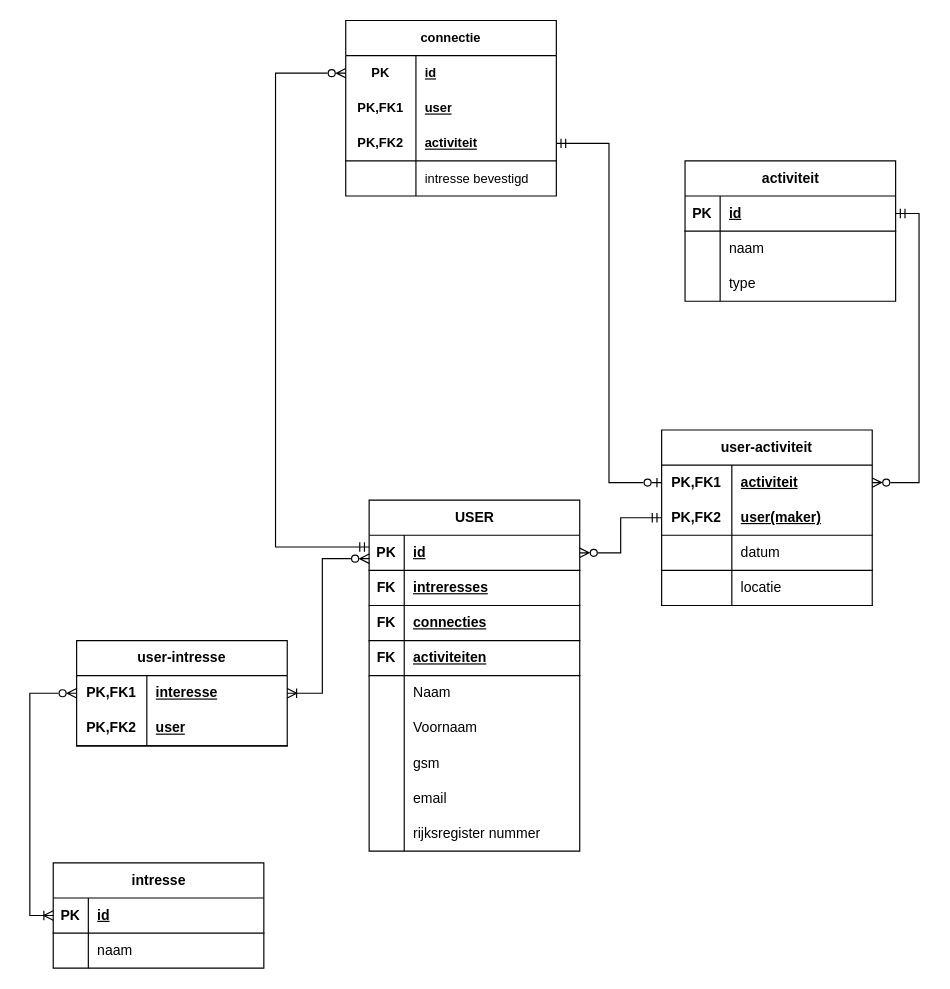
UCLL-Full-stack/project2425-group6-15 keeps this draw.io diagram as analysis/modelLogisch.drawio. Above is the earlier version. Source tidied: cells renumbered, new cells numbered last; positions are measured from the earlier drawing's top-left corner, leaving out a move shared by most shapes. Both pictures are drawn from the tidied source at 117%, with x=0, y=0 at pixel (29, 20).
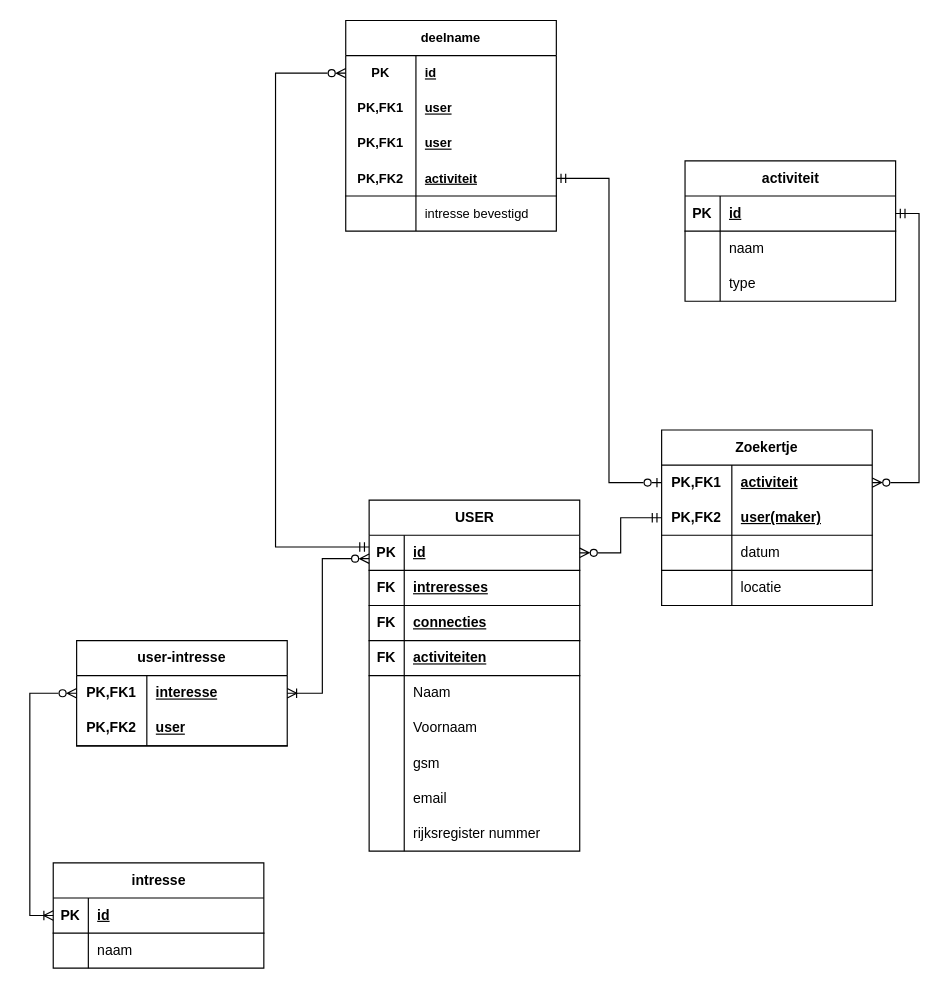
Above is the later version.

Commit message:
deelname en zoekertje aangeppast

Change to the diagram source:
```diff
@@
-    <mxCell id="56" value="user-activiteit" style="shape=table;startSize=30;childLayout=tableLayout;rowLines=0;fontStyle=1;align=center;html=1;whiteSpace=wrap;" parent="1" vertex="1">
+    <mxCell id="56" value="Zoekertje" style="shape=table;startSize=30;childLayout=tableLayout;rowLines=0;fontStyle=1;align=center;html=1;whiteSpace=wrap;" parent="1" vertex="1">
       <mxGeometry x="540" y="350" width="180" height="150" as="geometry" />
     </mxCell>
@@
-    <mxCell id="71" value="connectie" style="shape=table;startSize=30;childLayout=tableLayout;rowLines=0;fontStyle=1;align=center;html=1;whiteSpace=wrap;fontFamily=Helvetica;fontSize=11;fontColor=default;labelBackgroundColor=default;" parent="1" vertex="1">
-      <mxGeometry x="270" width="180" height="150" as="geometry" />
+    <mxCell id="71" value="deelname" style="shape=table;startSize=30;childLayout=tableLayout;rowLines=0;fontStyle=1;align=center;html=1;whiteSpace=wrap;fontFamily=Helvetica;fontSize=11;fontColor=default;labelBackgroundColor=default;" parent="1" vertex="1">
+      <mxGeometry x="270" width="180" height="180" as="geometry" />
     </mxCell>
@@
+    <mxCell id="86" style="shape=tableRow;horizontal=0;startSize=0;swimlaneHead=0;swimlaneBody=0;fillColor=none;top=0;left=0;right=0;bottom=0;html=1;fontFamily=Helvetica;fontSize=11;fontColor=default;labelBackgroundColor=default;" parent="71" vertex="1">
+      <mxGeometry y="90" width="180" height="30" as="geometry" />
+    </mxCell>
+    <mxCell id="87" value="PK,FK1" style="shape=partialRectangle;fillColor=none;top=0;left=0;bottom=0;right=0;fontStyle=1;overflow=hidden;html=1;whiteSpace=wrap;fontFamily=Helvetica;fontSize=11;fontColor=default;labelBackgroundColor=default;" parent="86" vertex="1">
+      <mxGeometry width="60" height="30" as="geometry" />
+    </mxCell>
+    <mxCell id="88" value="user" style="shape=partialRectangle;fillColor=none;top=0;left=0;bottom=0;right=0;align=left;spacingLeft=6;fontStyle=5;overflow=hidden;html=1;whiteSpace=wrap;fontFamily=Helvetica;fontSize=11;fontColor=default;labelBackgroundColor=default;" parent="86" vertex="1">
+      <mxGeometry x="60" width="120" height="30" as="geometry" />
+    </mxCell>
     <mxCell id="78" style="shape=tableRow;horizontal=0;startSize=0;swimlaneHead=0;swimlaneBody=0;fillColor=none;points=[[0,0.5],[1,0.5]];portConstraint=eastwest;top=0;left=0;right=0;bottom=1;html=1;fontFamily=Helvetica;fontSize=11;fontColor=default;labelBackgroundColor=default;" parent="71" vertex="1">
-      <mxGeometry y="90" width="180" height="30" as="geometry" />
+      <mxGeometry y="120" width="180" height="30" as="geometry" />
     </mxCell>
@@
     <mxCell id="81" style="shape=tableRow;horizontal=0;startSize=0;swimlaneHead=0;swimlaneBody=0;fillColor=none;top=0;left=0;right=0;bottom=0;html=1;fontFamily=Helvetica;fontSize=11;fontColor=default;labelBackgroundColor=default;" parent="71" vertex="1">
-      <mxGeometry y="120" width="180" height="30" as="geometry" />
+      <mxGeometry y="150" width="180" height="30" as="geometry" />
     </mxCell>
```
